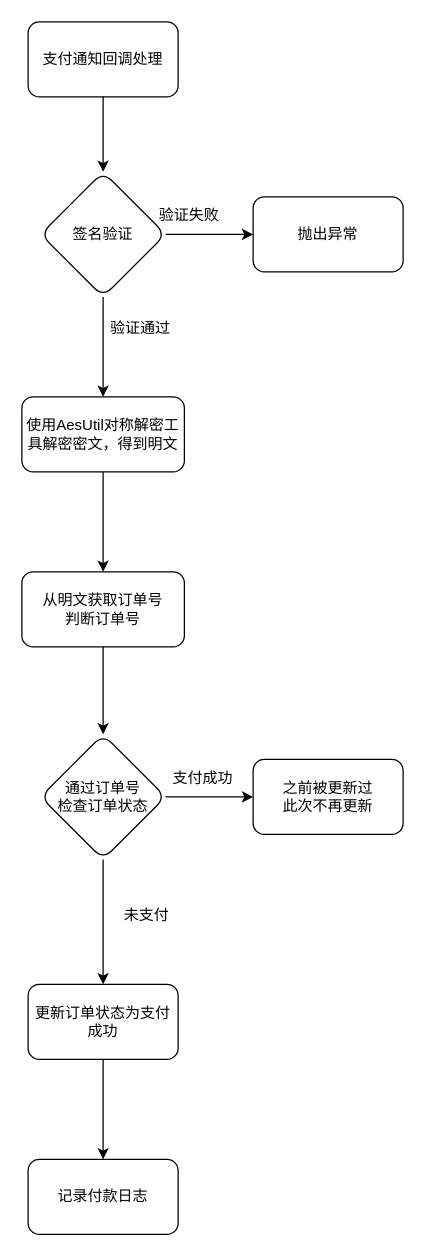
Before: Untitled Diagram.drawio in luozuishuai/WechatPay, a draw.io diagram. Source tidied: cells renumbered, new cells numbered last; positions are measured from the earlier drawing's top-left corner, leaving out a move shared by most shapes. Both pictures are drawn from the tidied source at 125%, with x=0, y=0 at pixel (21, 21).
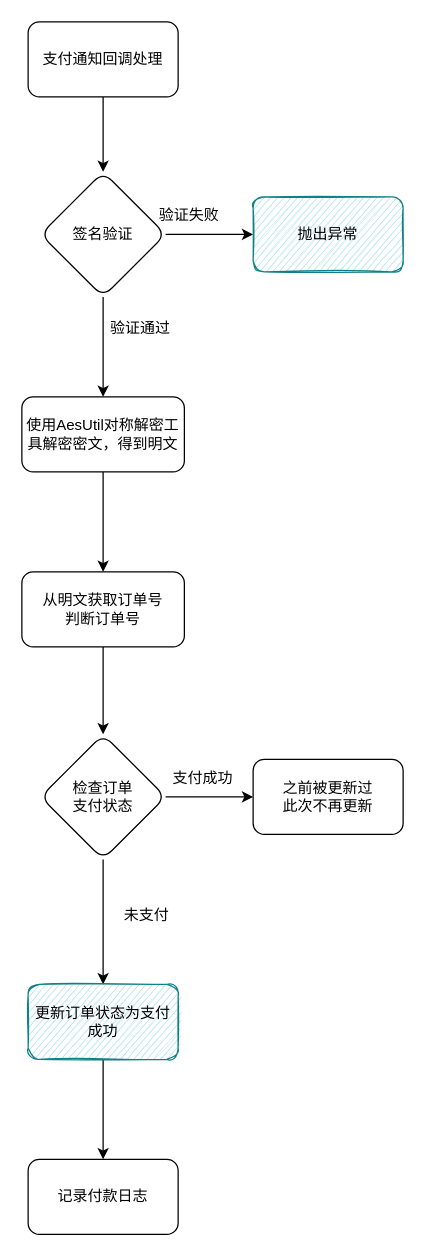
The same page after the edit.

The edit, as a diff of the source:
```diff
@@
-    <mxCell id="10" value="抛出异常" style="whiteSpace=wrap;html=1;rounded=1;" parent="1" vertex="1">
+    <mxCell id="10" value="抛出异常" style="whiteSpace=wrap;html=1;rounded=1;sketch=1;fillStyle=auto;fillColor=#b0e3e6;strokeColor=#0e8088;" parent="1" vertex="1">
       <mxGeometry x="185" y="140" width="120" height="60" as="geometry" />
     </mxCell>
@@
-    <mxCell id="16" value="通过订单号&lt;br&gt;检查订单状态" style="rhombus;whiteSpace=wrap;html=1;rounded=1;" parent="1" vertex="1">
+    <mxCell id="16" value="检查订单&lt;br&gt;支付状态" style="rhombus;whiteSpace=wrap;html=1;rounded=1;" parent="1" vertex="1">
       <mxGeometry x="15" y="570" width="100" height="100" as="geometry" />
     </mxCell>
@@
-    <mxCell id="20" value="更新订单状态为支付成功" style="whiteSpace=wrap;html=1;rounded=1;" parent="1" vertex="1">
+    <mxCell id="20" value="更新订单状态为支付成功" style="whiteSpace=wrap;html=1;rounded=1;sketch=1;fillColor=#b0e3e6;strokeColor=#0e8088;" parent="1" vertex="1">
       <mxGeometry x="5" y="770" width="120" height="60" as="geometry" />
     </mxCell>
```
